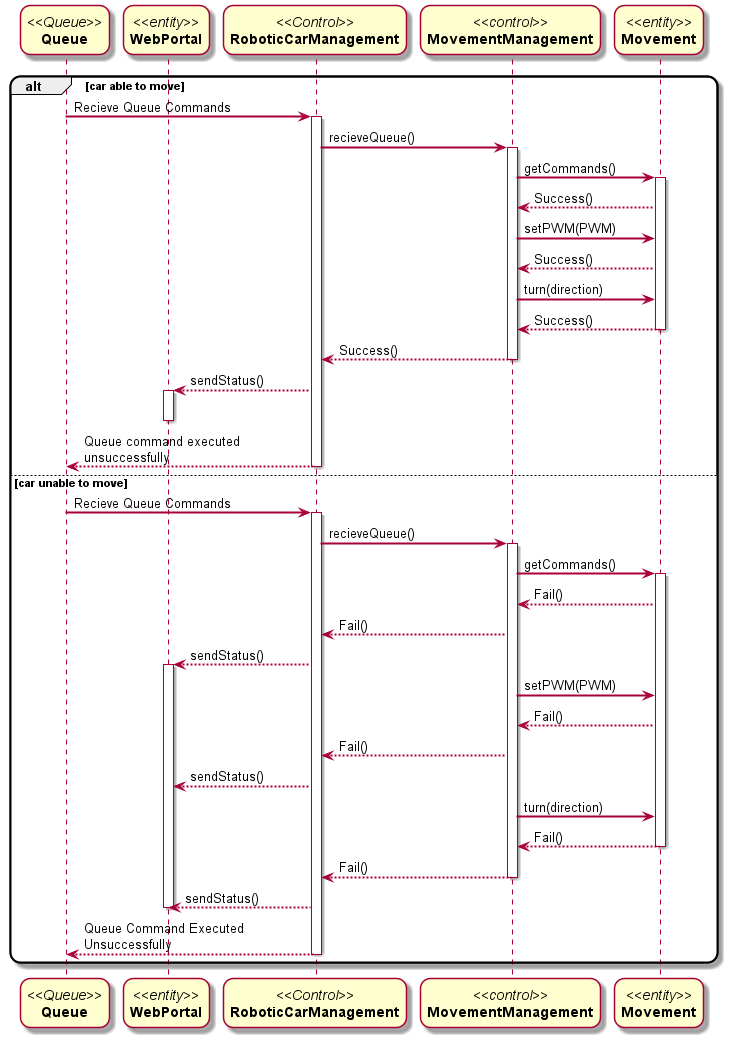
DanielFYJ/2101-2201-Project keeps this PlantUML diagram as Docs/Sequence Diagrams/Project Sequence-Diagram-UC5.png. Above is the earlier version.
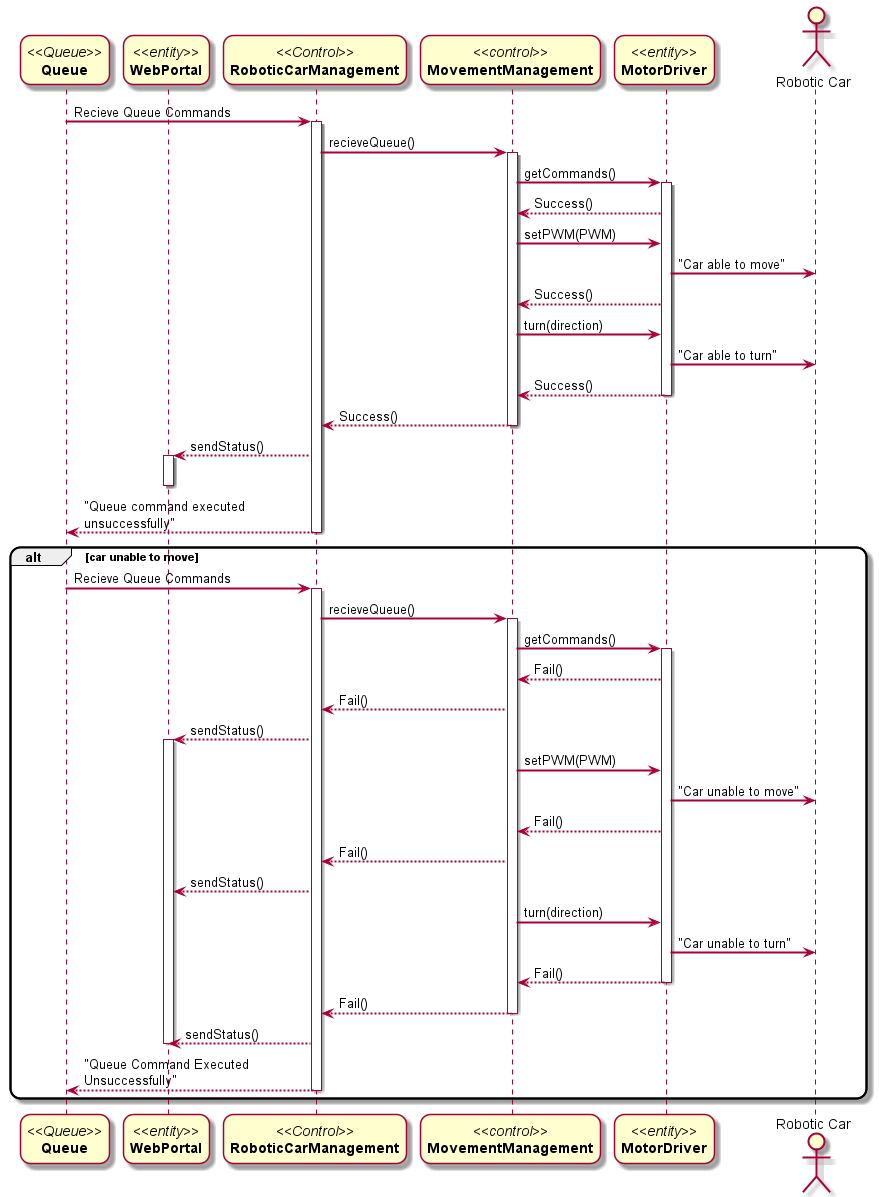
The same file after the commit.

Commit message:
Update Sequence Diagram due to error

Diff of the diagram source:
```diff
@@ -6,8 +6,9 @@
 participant "//<<entity>>//\n**WebPortal**" as WebPortal
 participant "//<<Control>>//\n**RoboticCarManagement**" as RoboticCarManagement
 participant "//<<control>>//\n**MovementManagement**" as B
-participant "//<<entity>>//\n**Movement**" as C
-alt car able to move
+participant "//<<entity>>//\n**MotorDriver**" as C
+actor "Robotic Car" as RC
+
 Queue -> RoboticCarManagement: Recieve Queue Commands
 activate RoboticCarManagement
 RoboticCarManagement -> B : recieveQueue()
@@ -16,20 +17,23 @@
 activate C
 C --> B: Success()
 B-> C : setPWM(PWM)
+C -> RC : "Car able to move"
 C --> B : Success()
 B -> C: turn(direction)
+C -> RC : "Car able to turn"
 C --> B : Success()
+
 deactivate C
 B --> RoboticCarManagement: Success()
 deactivate B
 RoboticCarManagement --> WebPortal: sendStatus()
 activate WebPortal
 deactivate WebPortal
-RoboticCarManagement --> Queue : Queue command executed unsuccessfully
+RoboticCarManagement --> Queue : "Queue command executed unsuccessfully"
 deactivate RoboticCarManagement
 
 
-else car unable to move
+alt car unable to move
 Queue -> RoboticCarManagement: Recieve Queue Commands
 activate RoboticCarManagement
 RoboticCarManagement -> B : recieveQueue()
@@ -41,17 +45,19 @@
 RoboticCarManagement --> WebPortal: sendStatus()
 activate WebPortal
 B-> C : setPWM(PWM)
+C -> RC : "Car unable to move"
 C --> B : Fail()
 B --> RoboticCarManagement : Fail()
 RoboticCarManagement --> WebPortal: sendStatus()
 B -> C: turn(direction)
+C -> RC : "Car unable to turn"
 C --> B : Fail()
 deactivate C
 B --> RoboticCarManagement : Fail()
 deactivate B
 RoboticCarManagement --> WebPortal: sendStatus()
 deactivate WebPortal
-RoboticCarManagement --> Queue : Queue Command Executed Unsuccessfully
+RoboticCarManagement --> Queue : "Queue Command Executed Unsuccessfully"
 deactivate RoboticCarManagement
 end
 @enduml
```
